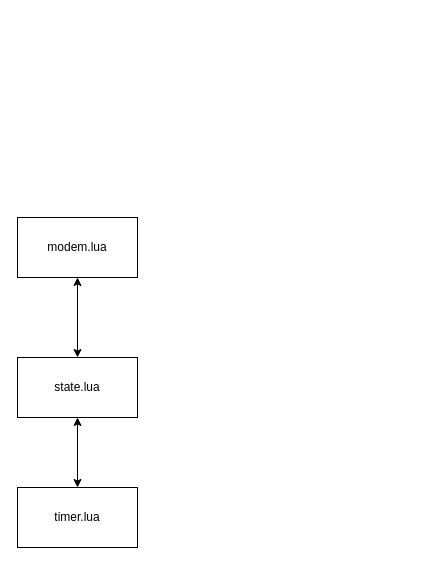
Before: Диаграмма без названия.drawio in antoncom/tsmodem, a draw.io diagram. Source tidied: cells renumbered, new cells numbered last; positions are measured from the earlier drawing's top-left corner, leaving out a move shared by most shapes. Both pictures are drawn from the tidied source at 100%, with x=0, y=0 at pixel (17, 217).
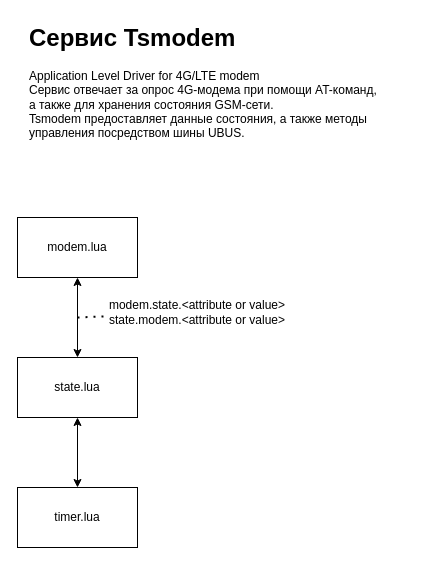
The same page after the edit.

The edit, as a diff of the source:
```diff
@@
 <mxGraphModel>
   <root>
     <mxCell id="0" />
     <mxCell id="1" parent="0" />
     <mxCell id="2" value="modem.lua" style="rounded=0;whiteSpace=wrap;html=1;" parent="1" vertex="1">
       <mxGeometry width="120" height="60" as="geometry" />
     </mxCell>
     <mxCell id="3" value="state.lua" style="rounded=0;whiteSpace=wrap;html=1;" parent="1" vertex="1">
       <mxGeometry y="140" width="120" height="60" as="geometry" />
     </mxCell>
     <mxCell id="4" style="endArrow=classic;startArrow=classic;html=1;rounded=0;entryX=0.5;entryY=1;entryDx=0;entryDy=0;" parent="1" edge="1" source="3" target="2">
       <mxGeometry relative="1" as="geometry" />
     </mxCell>
     <mxCell id="5" value="timer.lua" style="rounded=0;whiteSpace=wrap;html=1;" parent="1" vertex="1">
       <mxGeometry y="270" width="120" height="60" as="geometry" />
     </mxCell>
     <mxCell id="6" style="endArrow=classic;startArrow=classic;html=1;rounded=0;entryX=0.5;entryY=1;entryDx=0;entryDy=0;" parent="1" edge="1" source="5" target="3">
       <mxGeometry relative="1" as="geometry" />
     </mxCell>
+    <mxCell id="7" value="modem.state.&amp;lt;attribute or value&amp;gt;&lt;div&gt;state.modem.&amp;lt;attribute or value&amp;gt;&lt;br&gt;&lt;/div&gt;" style="text;html=1;align=center;verticalAlign=middle;whiteSpace=wrap;rounded=0;" parent="1" vertex="1">
+      <mxGeometry x="90" y="80" width="180" height="30" as="geometry" />
+    </mxCell>
+    <mxCell id="8" style="endArrow=none;dashed=1;html=1;dashPattern=1 3;strokeWidth=2;rounded=0;" parent="1" edge="1" target="7">
+      <mxGeometry relative="1" as="geometry">
+        <mxPoint x="60" y="100" as="sourcePoint" />
+      </mxGeometry>
+    </mxCell>
+    <mxCell id="9" value="&lt;h1 style=&quot;margin-top: 0px;&quot;&gt;Сервис Tsmodem&lt;/h1&gt;&lt;p&gt;Application Level Driver for 4G/LTE modem&lt;br&gt;Сервис отвечает за опрос 4G-модема при помощи AT-команд,&lt;br&gt;а также для хранения состояния GSM-сети.&lt;br&gt;Tsmodem предоставляет данные состояния, а также методы управления посредством шины UBUS.&lt;/p&gt;" style="text;html=1;whiteSpace=wrap;overflow=hidden;rounded=0;" parent="1" vertex="1">
+      <mxGeometry x="10" y="-200" width="380" height="120" as="geometry" />
+    </mxCell>
   </root>
 </mxGraphModel>
```
